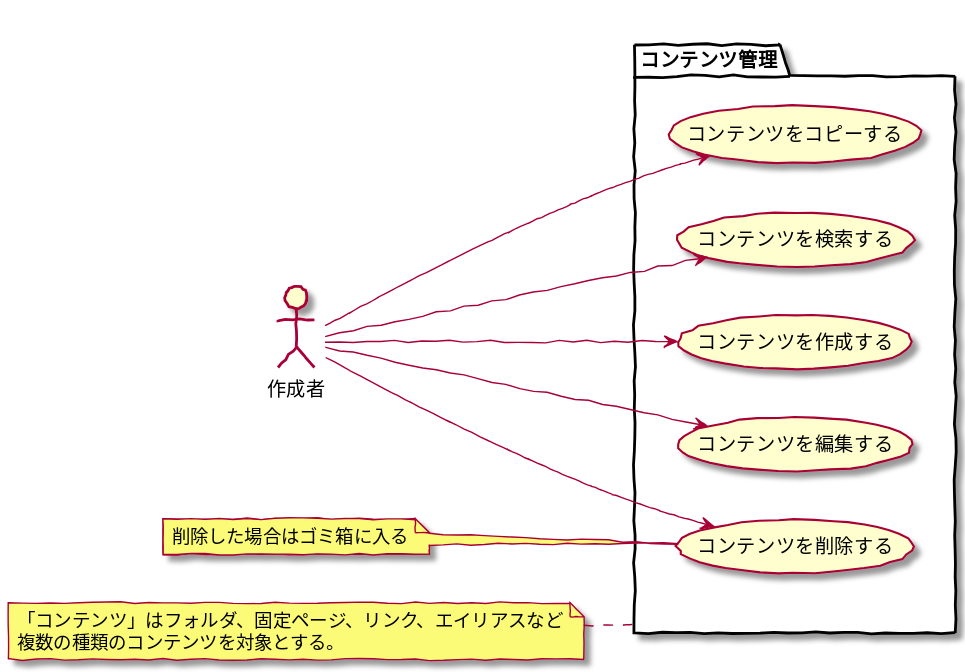
The PlantUML diagram 5/ucmitz/use_case/contents.svg in baserproject/baserproject.github.io, before a commit. Its source is kept beside it as src/puml/5/ucmitz/use_case/contents.puml.
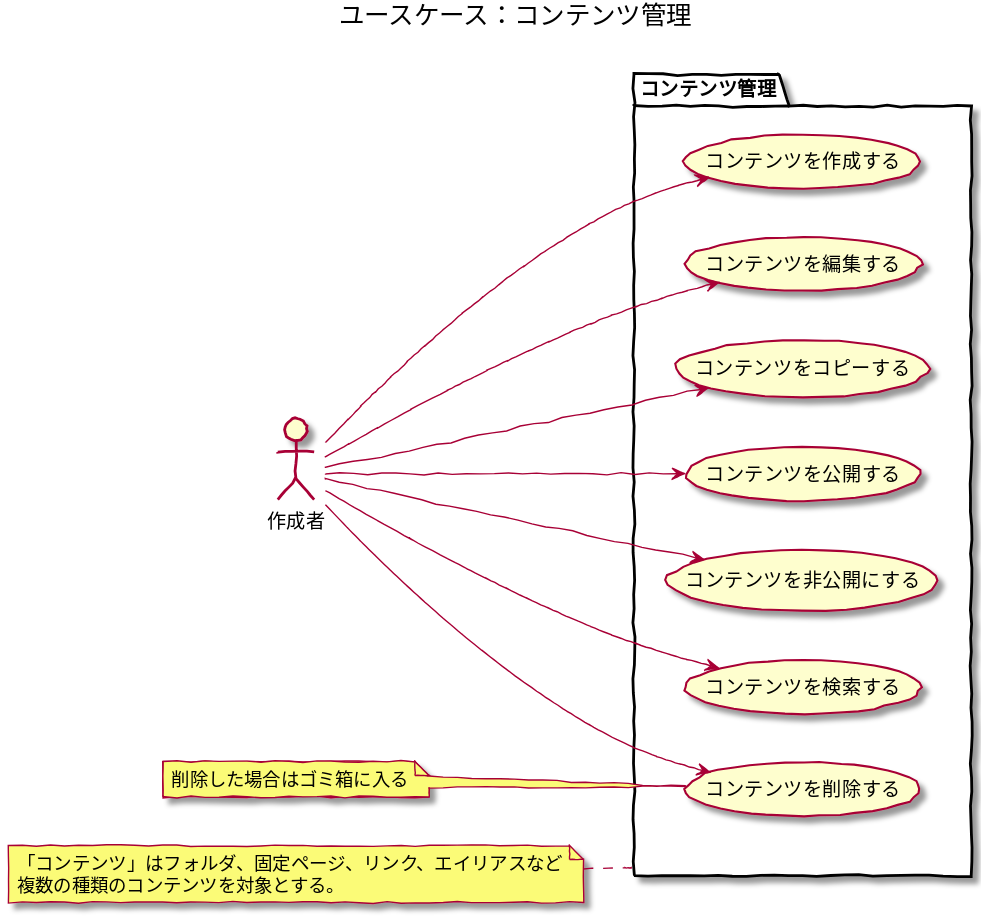
The same diagram one commit later.

Change to the diagram source:
```diff
@@ -1,7 +1,10 @@
 @startuml
 skinparam handwritten true
 
+title ユースケース：コンテンツ管理
+
 actor 作成者
+
 package コンテンツ管理 {
 	left to right direction
 	作成者 --> (コンテンツを検索する)
@@ -9,12 +12,18 @@
 	作成者 --> (コンテンツを編集する)
 	作成者 --> (コンテンツを削除する)
 	作成者 --> (コンテンツをコピーする)
+	作成者 --> (コンテンツを公開する)
+	作成者 --> (コンテンツを非公開にする)
 }
+
 note left of コンテンツ管理
 「コンテンツ」はフォルダ、固定ページ、リンク、エイリアスなど
 複数の種類のコンテンツを対象とする。
 endnote
+
 note left of (コンテンツを削除する)
 削除した場合はゴミ箱に入る
 endnote
+
+
 @enduml
```
